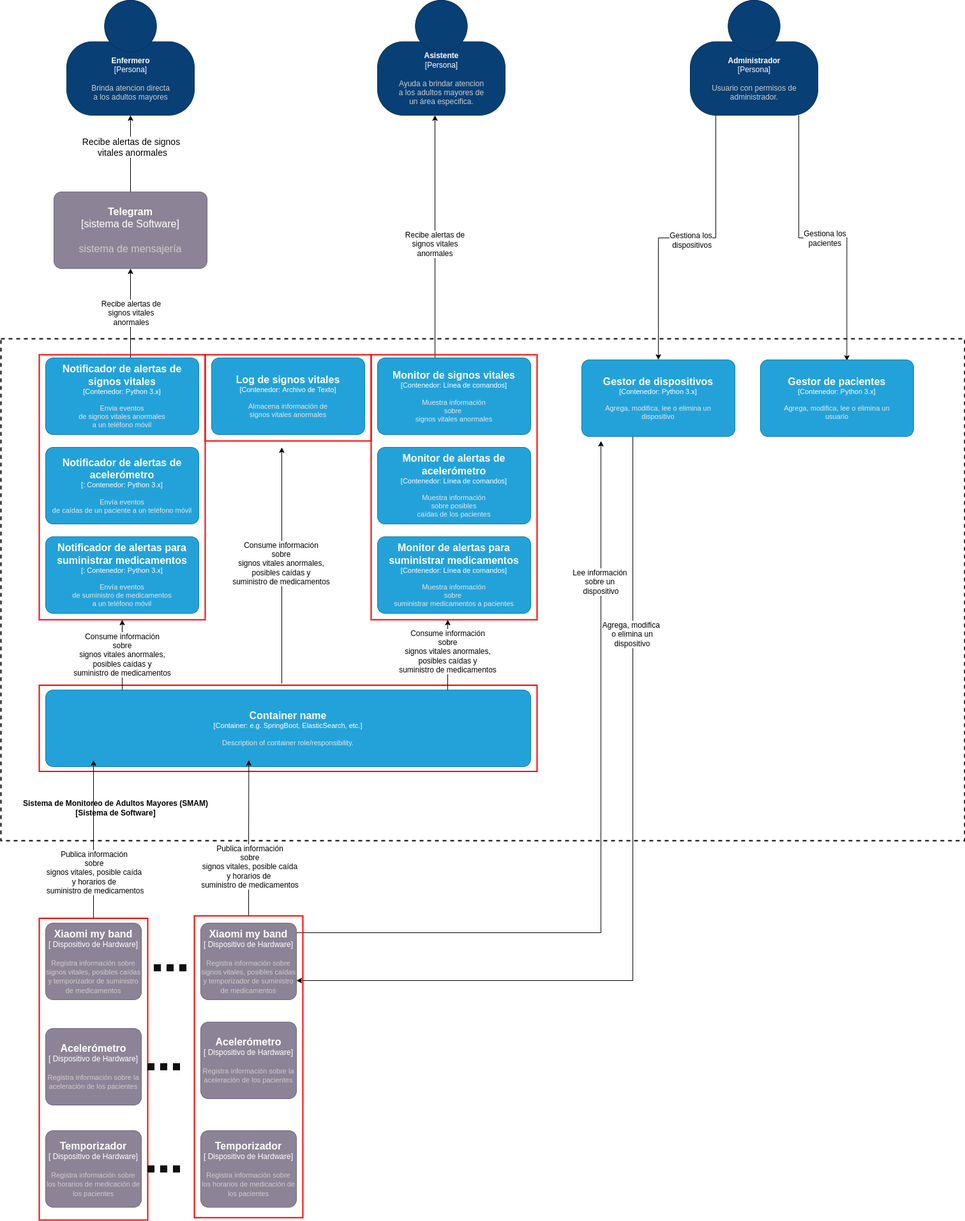
Before: docs/context-view.png, a diagram exported from draw.io (Blackguz/Arquitecturas-Publica-Suscribe). Source tidied: cells renumbered, new cells last; positions are measured from the earlier drawing's top-left corner, leaving out a move shared by most shapes.
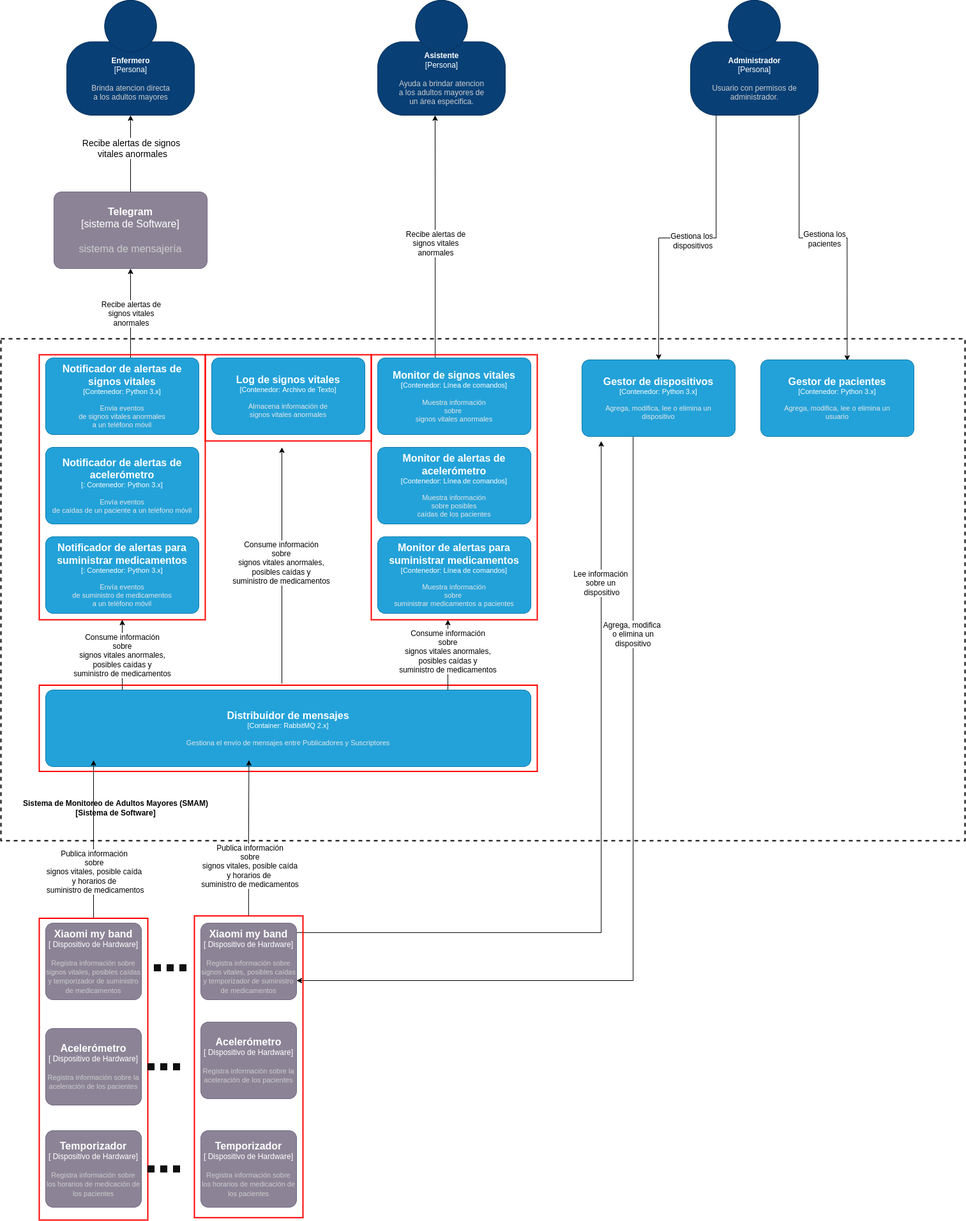
The same diagram one commit later.

Commit message:
Corrigiendo diagrama context-view

The edit, as a diff of the source:
```diff
@@ -103,7 +103,7 @@
         <mxGeometry x="590" y="560" width="240" height="120" as="geometry" />
       </mxCell>
     </object>
-    <object id="20" label="&lt;font style=&quot;font-size: 16px&quot;&gt;&lt;b&gt;%c4Name%&lt;/b&gt;&lt;/font&gt;&lt;div&gt;[%c4Type%: %c4Technology%]&lt;/div&gt;&lt;br&gt;&lt;div&gt;&lt;font style=&quot;font-size: 11px&quot;&gt;&lt;font color=&quot;#E6E6E6&quot;&gt;%c4Description%&lt;/font&gt;&lt;/div&gt;" c4Description="Description of container role/responsibility." c4Name="Container name" c4Technology="e.g. SpringBoot, ElasticSearch, etc." c4Type="Container" placeholders="1">
+    <object id="20" label="&lt;font style=&quot;font-size: 16px&quot;&gt;&lt;b&gt;%c4Name%&lt;/b&gt;&lt;/font&gt;&lt;div&gt;[%c4Type%: %c4Technology%]&lt;/div&gt;&lt;br&gt;&lt;div&gt;&lt;font style=&quot;font-size: 11px&quot;&gt;&lt;font color=&quot;#E6E6E6&quot;&gt;%c4Description%&lt;/font&gt;&lt;/div&gt;" c4Description="Gestiona el envío de mensajes entre Publicadores y Suscriptores" c4Name="Distribuidor de mensajes" c4Technology="RabbitMQ 2.x" c4Type="Container" placeholders="1">
       <mxCell style="rounded=1;whiteSpace=wrap;html=1;fontSize=11;labelBackgroundColor=none;fillColor=#23A2D9;fontColor=#ffffff;align=center;arcSize=10;strokeColor=#0E7DAD;" parent="1" vertex="1">
         <mxGeometry x="70" y="1080" width="760" height="120" as="geometry" />
       </mxCell>
```
